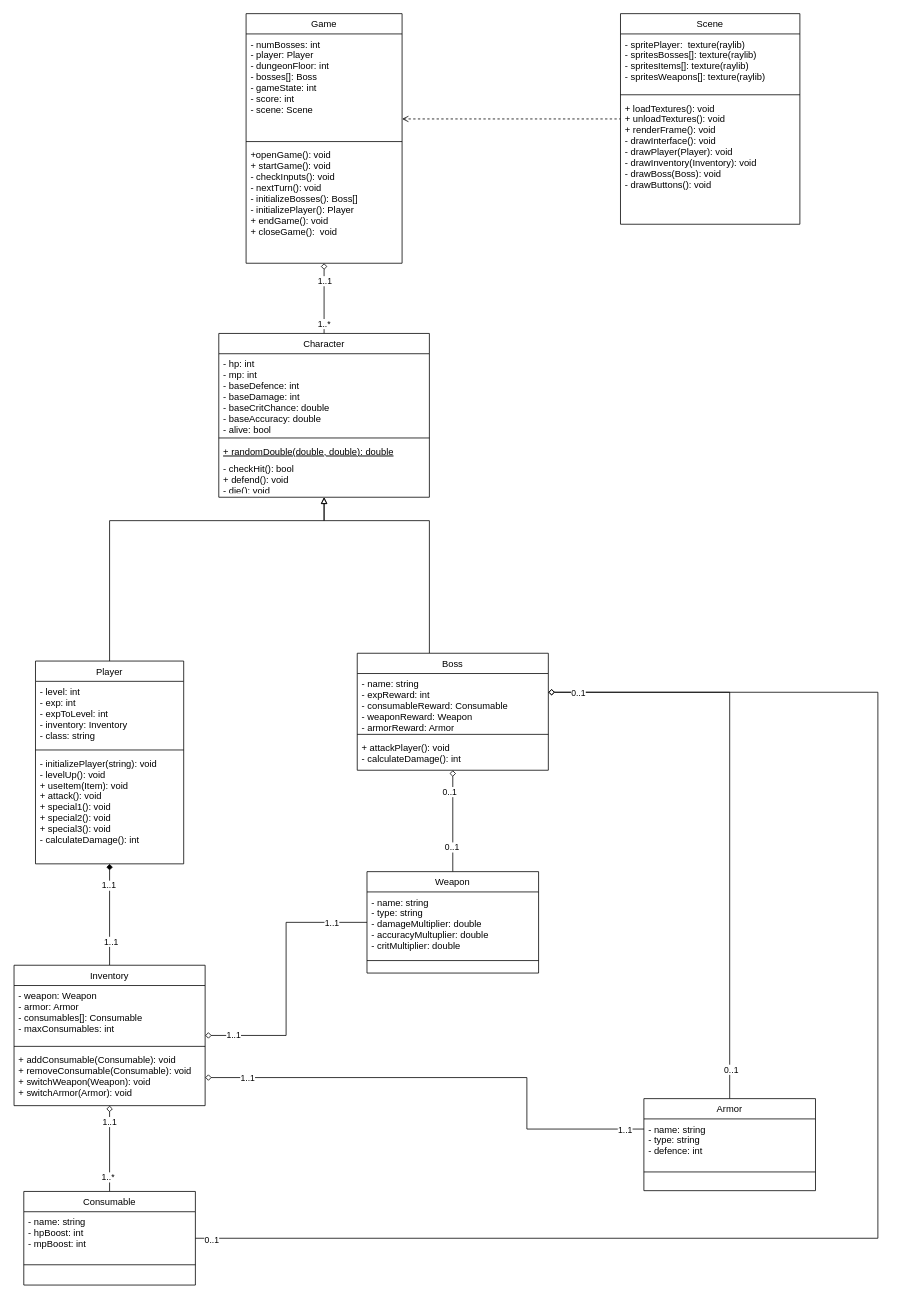
The draw.io diagram docs/diagrama.drawio in Wlisk/tcp-trabalho-final, before the edit. Source tidied: cells renumbered, new cells numbered last; positions are measured from the earlier drawing's top-left corner, leaving out a move shared by most shapes. Both pictures are drawn from the tidied source at 78%, with x=0, y=0 at pixel (13, 13).
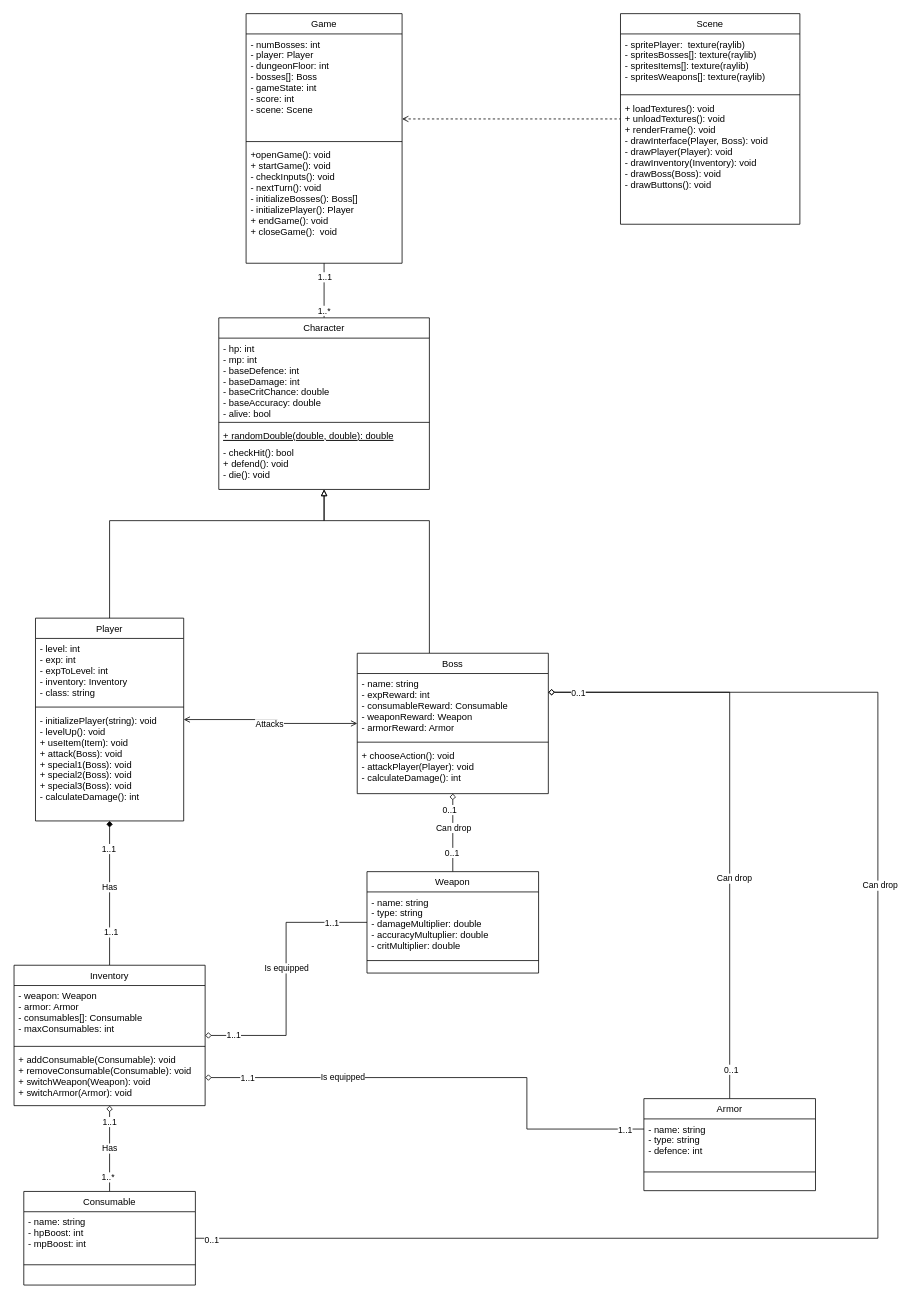
Above is the later version.

Commit message (it also covers changes not shown here):
updated diagram/classes

The change refers to these unchanged cells:
```xml
<mxCell id="5" value="Game" style="swimlane;fontStyle=0;align=center;verticalAlign=top;horizontal=1;startSize=26;rounded=0;shadow=0;strokeWidth=1;" parent="1" vertex="1">
  <mxGeometry x="298" width="200" height="320" as="geometry" />
</mxCell>
<mxCell id="9" style="edgeStyle=orthogonalEdgeStyle;rounded=0;jettySize=auto;html=1;entryX=0.5;entryY=0;entryDx=0;entryDy=0;endArrow=none;endFill=0;startArrow=diamond;startFill=1;" parent="1" edge="1" source="12" target="44">
  <mxGeometry relative="1" as="geometry" />
</mxCell>
<mxCell id="16" value="Scene" style="swimlane;fontStyle=0;align=center;verticalAlign=top;horizontal=1;startSize=26;rounded=0;shadow=0;strokeWidth=1;" parent="1" vertex="1">
  <mxGeometry x="778" width="230" height="270" as="geometry" />
</mxCell>
<mxCell id="32" style="edgeStyle=orthogonalEdgeStyle;rounded=0;jettySize=auto;html=1;endArrow=diamond;endFill=0;" parent="1" edge="1" source="35" target="28">
  <mxGeometry relative="1" as="geometry" />
</mxCell>
<mxCell id="38" style="edgeStyle=orthogonalEdgeStyle;rounded=0;jettySize=auto;html=1;entryX=0.5;entryY=0;entryDx=0;entryDy=0;startArrow=diamond;startFill=0;endArrow=none;endFill=0;" parent="1" edge="1" source="44" target="50">
  <mxGeometry relative="1" as="geometry" />
</mxCell>
<mxCell id="41" style="edgeStyle=orthogonalEdgeStyle;rounded=0;jettySize=auto;html=1;startArrow=diamond;startFill=0;endArrow=none;endFill=0;" parent="1" edge="1" source="44" target="35">
  <mxGeometry relative="1" as="geometry" />
</mxCell>
<mxCell id="48" style="edgeStyle=orthogonalEdgeStyle;rounded=0;jettySize=auto;html=1;endArrow=diamond;endFill=0;" parent="1" edge="1" source="50" target="28">
  <mxGeometry relative="1" as="geometry">
    <Array as="points">
      <mxPoint x="1108" y="1570" />
      <mxPoint x="1108" y="870" />
    </Array>
  </mxGeometry>
</mxCell>
<mxCell id="53" style="edgeStyle=orthogonalEdgeStyle;rounded=0;jettySize=auto;html=1;endArrow=diamond;endFill=0;" parent="1" edge="1" source="59" target="47">
  <mxGeometry relative="1" as="geometry">
    <Array as="points">
      <mxPoint x="658" y="1430" />
      <mxPoint x="658" y="1364" />
    </Array>
  </mxGeometry>
</mxCell>
<mxCell id="56" style="edgeStyle=orthogonalEdgeStyle;rounded=0;jettySize=auto;html=1;endArrow=diamond;endFill=0;" parent="1" edge="1" source="59" target="28">
  <mxGeometry relative="1" as="geometry">
    <Array as="points">
      <mxPoint x="918" y="870" />
    </Array>
  </mxGeometry>
</mxCell>
```

The edit, as a diff of the source:
```diff
@@
-    <mxCell id="2" style="edgeStyle=orthogonalEdgeStyle;rounded=0;jettySize=auto;html=1;startArrow=diamond;startFill=0;endArrow=none;endFill=0;" parent="1" edge="1" source="5" target="23">
+    <mxCell id="2" style="edgeStyle=orthogonalEdgeStyle;rounded=0;jettySize=auto;html=1;startArrow=none;startFill=0;endArrow=none;endFill=0;" parent="1" edge="1" source="5" target="23">
       <mxGeometry relative="1" as="geometry" />
     </mxCell>
@@
+    <mxCell id="62" value="Has" style="edgeLabel;html=1;align=center;verticalAlign=middle;" parent="9" vertex="1">
+      <mxGeometry x="-0.14" y="-1" relative="1" as="geometry">
+        <mxPoint y="4" as="offset" />
+      </mxGeometry>
+    </mxCell>
+    <mxCell id="63" style="edgeStyle=orthogonalEdgeStyle;rounded=0;jettySize=auto;html=1;endArrow=open;endFill=0;startArrow=open;startFill=0;" parent="1" edge="1" source="12" target="28">
+      <mxGeometry relative="1" as="geometry">
+        <Array as="points">
+          <mxPoint x="338" y="905" />
+          <mxPoint x="338" y="910" />
+        </Array>
+      </mxGeometry>
+    </mxCell>
+    <mxCell id="64" value="Attacks" style="edgeLabel;html=1;align=center;verticalAlign=middle;" parent="63" vertex="1">
+      <mxGeometry x="0.41" relative="1" as="geometry">
+        <mxPoint x="-46" as="offset" />
+      </mxGeometry>
+    </mxCell>
     <mxCell id="12" value="Player" style="swimlane;fontStyle=0;align=center;verticalAlign=top;horizontal=1;startSize=26;rounded=0;shadow=0;strokeWidth=1;" parent="1" vertex="1">
-      <mxGeometry x="28" y="830" width="190" height="260" as="geometry" />
+      <mxGeometry x="28" y="775" width="190" height="260" as="geometry" />
     </mxCell>
@@
-    <mxCell id="15" value="- initializePlayer(string): void&#10;- levelUp(): void&#10;+ useItem(Item): void&#10;+ attack(): void&#10;+ special1(): void&#10;+ special2(): void&#10;+ special3(): void&#10;- calculateDamage(): int" style="text;align=left;verticalAlign=top;spacingLeft=4;spacingRight=4;overflow=hidden;" parent="12" vertex="1">
+    <mxCell id="15" value="- initializePlayer(string): void&#10;- levelUp(): void&#10;+ useItem(Item): void&#10;+ attack(Boss): void&#10;+ special1(Boss): void&#10;+ special2(Boss): void&#10;+ special3(Boss): void&#10;- calculateDamage(): int" style="text;align=left;verticalAlign=top;spacingLeft=4;spacingRight=4;overflow=hidden;" parent="12" vertex="1">
       <mxGeometry y="118" width="190" height="132" as="geometry" />
     </mxCell>
@@
-    <mxCell id="19" value="+ loadTextures(): void&#10;+ unloadTextures(): void&#10;+ renderFrame(): void&#10;- drawInterface(): void&#10;- drawPlayer(Player): void&#10;- drawInventory(Inventory): void&#10;- drawBoss(Boss): void&#10;- drawButtons(): void" style="text;align=left;verticalAlign=top;spacingLeft=4;spacingRight=4;overflow=hidden;" parent="16" vertex="1">
+    <mxCell id="19" value="+ loadTextures(): void&#10;+ unloadTextures(): void&#10;+ renderFrame(): void&#10;- drawInterface(Player, Boss): void&#10;- drawPlayer(Player): void&#10;- drawInventory(Inventory): void&#10;- drawBoss(Boss): void&#10;- drawButtons(): void" style="text;align=left;verticalAlign=top;spacingLeft=4;spacingRight=4;overflow=hidden;" parent="16" vertex="1">
       <mxGeometry y="108" width="230" height="162" as="geometry" />
     </mxCell>
@@
     <mxCell id="23" value="Character" style="swimlane;fontStyle=0;align=center;verticalAlign=top;horizontal=1;startSize=26;rounded=0;shadow=0;strokeWidth=1;" parent="1" vertex="1">
-      <mxGeometry x="263" y="410" width="270" height="210" as="geometry" />
+      <mxGeometry x="263" y="390" width="270" height="220" as="geometry" />
     </mxCell>
@@
     <mxCell id="27" value="- checkHit(): bool&#10;+ defend(): void&#10;- die(): void" style="text;align=left;verticalAlign=top;spacingLeft=4;spacingRight=4;overflow=hidden;fontStyle=0;" parent="23" vertex="1">
-      <mxGeometry y="160" width="270" height="40" as="geometry" />
+      <mxGeometry y="160" width="270" height="50" as="geometry" />
     </mxCell>
     <mxCell id="28" value="Boss" style="swimlane;fontStyle=0;align=center;verticalAlign=top;horizontal=1;startSize=26;rounded=0;shadow=0;strokeWidth=1;" parent="1" vertex="1">
-      <mxGeometry x="440.5" y="820" width="245" height="150" as="geometry" />
+      <mxGeometry x="440.5" y="820" width="245" height="180" as="geometry" />
     </mxCell>
     <mxCell id="29" value="- name: string&#10;- expReward: int&#10;- consumableReward: Consumable&#10;- weaponReward: Weapon&#10;- armorReward: Armor" style="text;align=left;verticalAlign=top;spacingLeft=4;spacingRight=4;overflow=hidden;" parent="28" vertex="1">
-      <mxGeometry y="26" width="245" height="74" as="geometry" />
+      <mxGeometry y="26" width="245" height="84" as="geometry" />
     </mxCell>
     <mxCell id="30" style="line;html=1;strokeWidth=1;align=left;verticalAlign=middle;spacingTop=-1;spacingLeft=3;spacingRight=3;labelPosition=right;" parent="28" vertex="1">
-      <mxGeometry y="100" width="245" height="8" as="geometry" />
+      <mxGeometry y="110" width="245" height="8" as="geometry" />
     </mxCell>
-    <mxCell id="31" value="+ attackPlayer(): void&#10;- calculateDamage(): int" style="text;align=left;verticalAlign=top;spacingLeft=4;spacingRight=4;overflow=hidden;" parent="28" vertex="1">
-      <mxGeometry y="108" width="245" height="32" as="geometry" />
+    <mxCell id="31" value="+ chooseAction(): void&#10;- attackPlayer(Player): void&#10;- calculateDamage(): int" style="text;align=left;verticalAlign=top;spacingLeft=4;spacingRight=4;overflow=hidden;" parent="28" vertex="1">
+      <mxGeometry y="118" width="245" height="62" as="geometry" />
     </mxCell>
@@
+    <mxCell id="65" value="Can drop" style="edgeLabel;html=1;align=center;verticalAlign=middle;" parent="32" vertex="1">
+      <mxGeometry x="0.14" relative="1" as="geometry" />
+    </mxCell>
@@
+    <mxCell id="66" value="Has" style="edgeLabel;html=1;align=center;verticalAlign=middle;" parent="38" vertex="1">
+      <mxGeometry x="-0.02" y="-1" relative="1" as="geometry" />
+    </mxCell>
@@
+    <mxCell id="67" value="Is equipped" style="edgeLabel;html=1;align=center;verticalAlign=middle;" parent="41" vertex="1">
+      <mxGeometry x="0.08" relative="1" as="geometry" />
+    </mxCell>
@@
+    <mxCell id="68" value="Can drop" style="edgeLabel;html=1;align=center;verticalAlign=middle;" parent="48" vertex="1">
+      <mxGeometry x="0.33" y="-2" relative="1" as="geometry" />
+    </mxCell>
@@
+    <mxCell id="69" value="Is equipped" style="edgeLabel;html=1;align=center;verticalAlign=middle;" parent="53" vertex="1">
+      <mxGeometry x="0.44" y="-1" relative="1" as="geometry" />
+    </mxCell>
@@
+    <mxCell id="70" value="Can drop" style="edgeLabel;html=1;align=center;verticalAlign=middle;" parent="56" vertex="1">
+      <mxGeometry x="-0.25" y="-5" relative="1" as="geometry" />
+    </mxCell>
```
